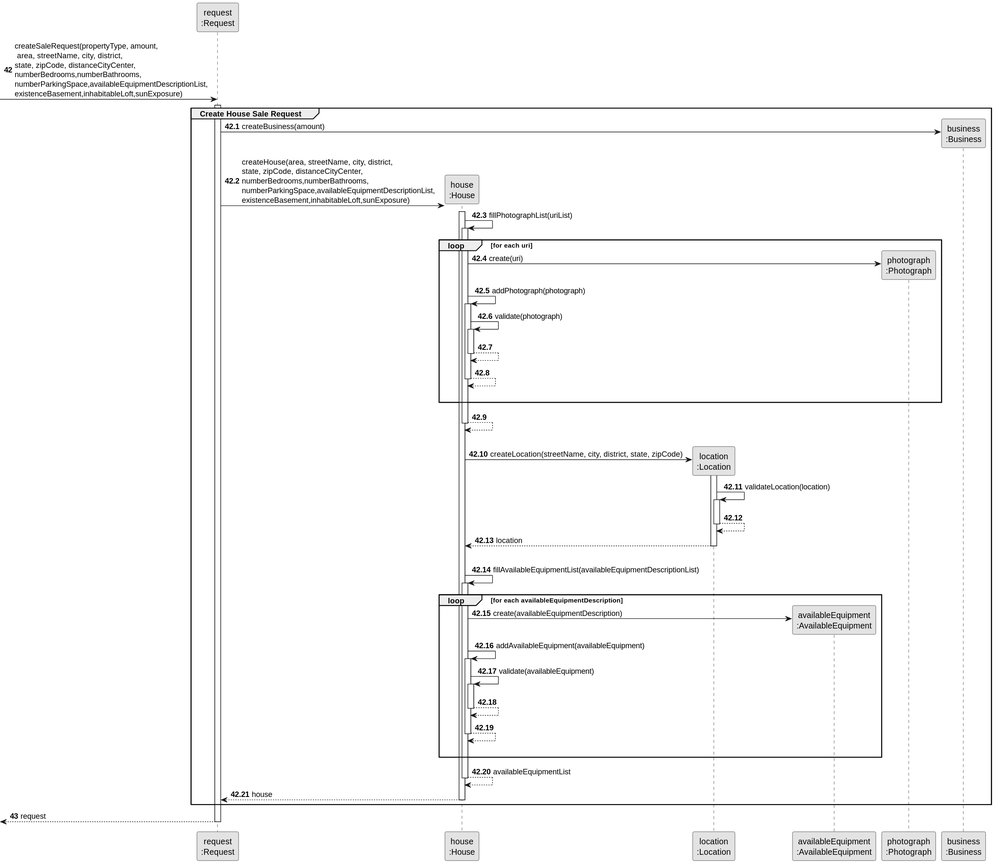
Above: docs/sprintD/us002/03.design/svg/us002-sequence-diagram-partial-create-house-sale-request.svg in rita-barbosa/LAPR2-2223 (PlantUML), before the change. The source it was exported from:
```plantuml
@startuml
skinparam monochrome true
skinparam packageStyle rectangle
skinparam shadowing false

participant "request\n:Request" as REQUEST
participant "house\n:House" as HOUSE
participant "location\n:Location" as LOCATION
participant "availableEquipment\n:AvailableEquipment" as AEQUIP
participant "photograph\n:Photograph" as PHOTO
participant "business\n:Business" as BUSINESS


autonumber 42

       -> REQUEST **: createSaleRequest(propertyType, amount,\n area, streetName, city, district,\nstate, zipCode, distanceCityCenter,\nnumberBedrooms,numberBathrooms,\nnumberParkingSpace,availableEquipmentDescriptionList,\nexistenceBasement,inhabitableLoft,sunExposure)
       activate REQUEST

autonumber 42.1

    group Create House Sale Request


             REQUEST -> BUSINESS** : createBusiness(amount)

                REQUEST -> HOUSE** : createHouse(area, streetName, city, district,\nstate, zipCode, distanceCityCenter,\nnumberBedrooms,numberBathrooms,\nnumberParkingSpace,availableEquipmentDescriptionList,\nexistenceBasement,inhabitableLoft,sunExposure)
                activate HOUSE

                 HOUSE -> HOUSE: fillPhotographList(uriList)
                 activate HOUSE

                 loop for each uri

                 HOUSE -> PHOTO**: create(uri)

                 HOUSE -> HOUSE: addPhotograph(photograph)
                 activate HOUSE

                 HOUSE -> HOUSE: validate(photograph)
                 activate HOUSE

                 HOUSE --> HOUSE:
                 deactivate HOUSE

                 HOUSE --> HOUSE:
                 deactivate HOUSE
                 |||
                 end loop

                 HOUSE --> HOUSE:
                 deactivate HOUSE


                 |||
                 HOUSE -> LOCATION** : createLocation(streetName, city, district, state, zipCode)
                 activate LOCATION

                 LOCATION -> LOCATION : validateLocation(location)
                 activate LOCATION

                 LOCATION--> LOCATION
                 deactivate LOCATION

                 LOCATION --> HOUSE : location
                 deactivate LOCATION


                 |||
                 HOUSE -> HOUSE : fillAvailableEquipmentList(availableEquipmentDescriptionList)
                 activate HOUSE

                loop for each availableEquipmentDescription

                HOUSE -> AEQUIP**: create(availableEquipmentDescription)

                HOUSE -> HOUSE : addAvailableEquipment(availableEquipment)
                activate HOUSE

                HOUSE -> HOUSE : validate(availableEquipment)
                activate HOUSE

                HOUSE --> HOUSE :
                deactivate HOUSE

                HOUSE --> HOUSE :
                deactivate HOUSE
               |||
               end loop

             HOUSE --> HOUSE : availableEquipmentList
             deactivate HOUSE


            HOUSE --> REQUEST : house
            deactivate HOUSE

    end

autonumber 43
        <--  REQUEST : request
        deactivate REQUEST
@enduml
```
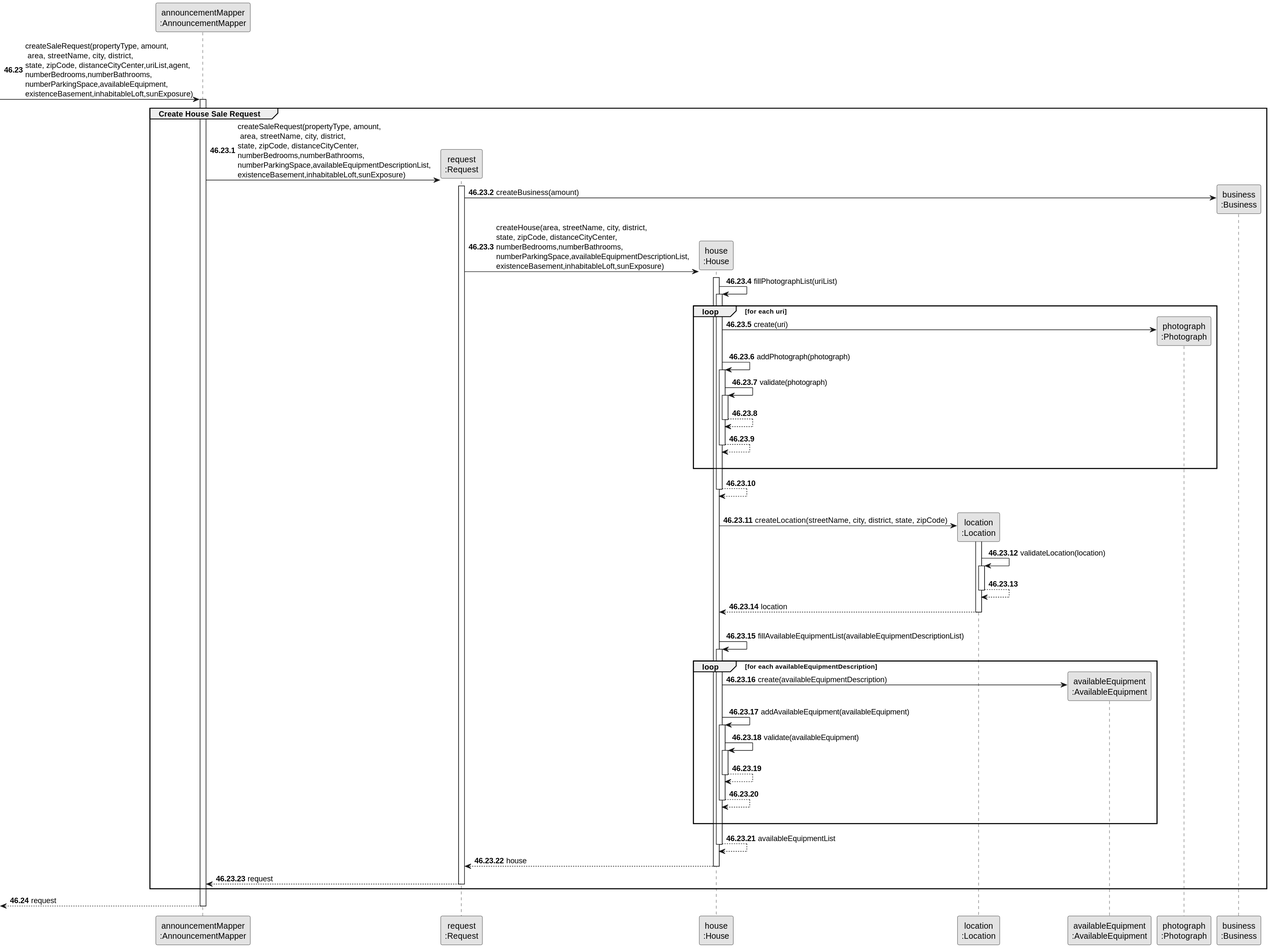
After the commit.

Change to the diagram source:
```diff
@@ -3,6 +3,7 @@
 skinparam packageStyle rectangle
 skinparam shadowing false
 
+participant "announcementMapper\n:AnnouncementMapper" as MAPPER
 participant "request\n:Request" as REQUEST
 participant "house\n:House" as HOUSE
 participant "location\n:Location" as LOCATION
@@ -11,15 +12,17 @@
 participant "business\n:Business" as BUSINESS
 
 
-autonumber 42
+autonumber 46.23
 
-       -> REQUEST **: createSaleRequest(propertyType, amount,\n area, streetName, city, district,\nstate, zipCode, distanceCityCenter,\nnumberBedrooms,numberBathrooms,\nnumberParkingSpace,availableEquipmentDescriptionList,\nexistenceBasement,inhabitableLoft,sunExposure)
-       activate REQUEST
+            -> MAPPER : createSaleRequest(propertyType, amount,\n area, streetName, city, district,\nstate, zipCode, distanceCityCenter,uriList,agent,\nnumberBedrooms,numberBathrooms,\nnumberParkingSpace,availableEquipment,\nexistenceBasement,inhabitableLoft,sunExposure)
+            activate MAPPER
 
-autonumber 42.1
+autonumber 46.23.1
 
     group Create House Sale Request
 
+        MAPPER -> REQUEST **: createSaleRequest(propertyType, amount,\n area, streetName, city, district,\nstate, zipCode, distanceCityCenter,\nnumberBedrooms,numberBathrooms,\nnumberParkingSpace,availableEquipmentDescriptionList,\nexistenceBasement,inhabitableLoft,sunExposure)
+        activate REQUEST
 
              REQUEST -> BUSINESS** : createBusiness(amount)
 
@@ -94,9 +97,11 @@
             HOUSE --> REQUEST : house
             deactivate HOUSE
 
+            REQUEST --> MAPPER : request
+            deactivate REQUEST
     end
 
-autonumber 43
-        <--  REQUEST : request
-        deactivate REQUEST
+autonumber 46.24
+         <--  MAPPER : request
+         deactivate MAPPER
 @enduml
```
